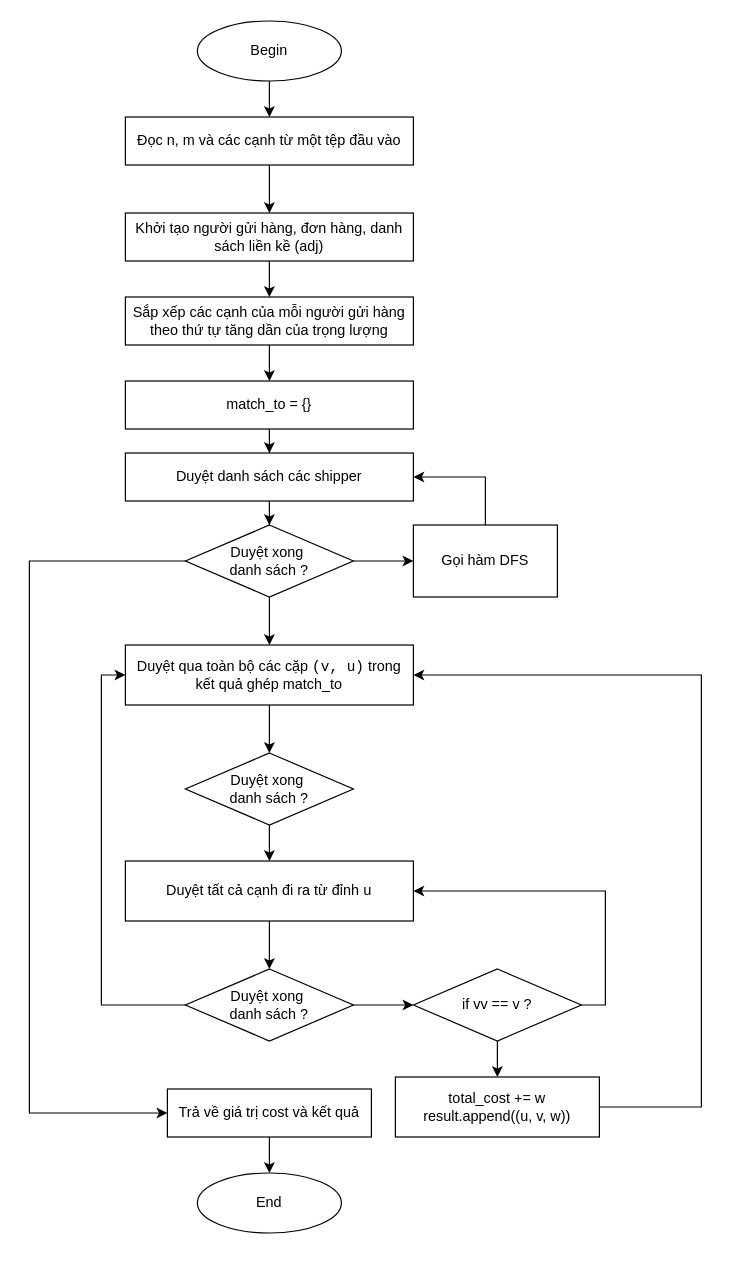
Above: page "Page-1" (1 of 2) of DFS.drawio in 106210049/OOP_excercise (draw.io), before the change. Source tidied: cells renumbered, new cells numbered last; positions are measured from the earlier drawing's top-left corner, leaving out a move shared by most shapes. Both pictures are drawn from the tidied source at 120%, with x=0, y=0 at pixel (29, 20).
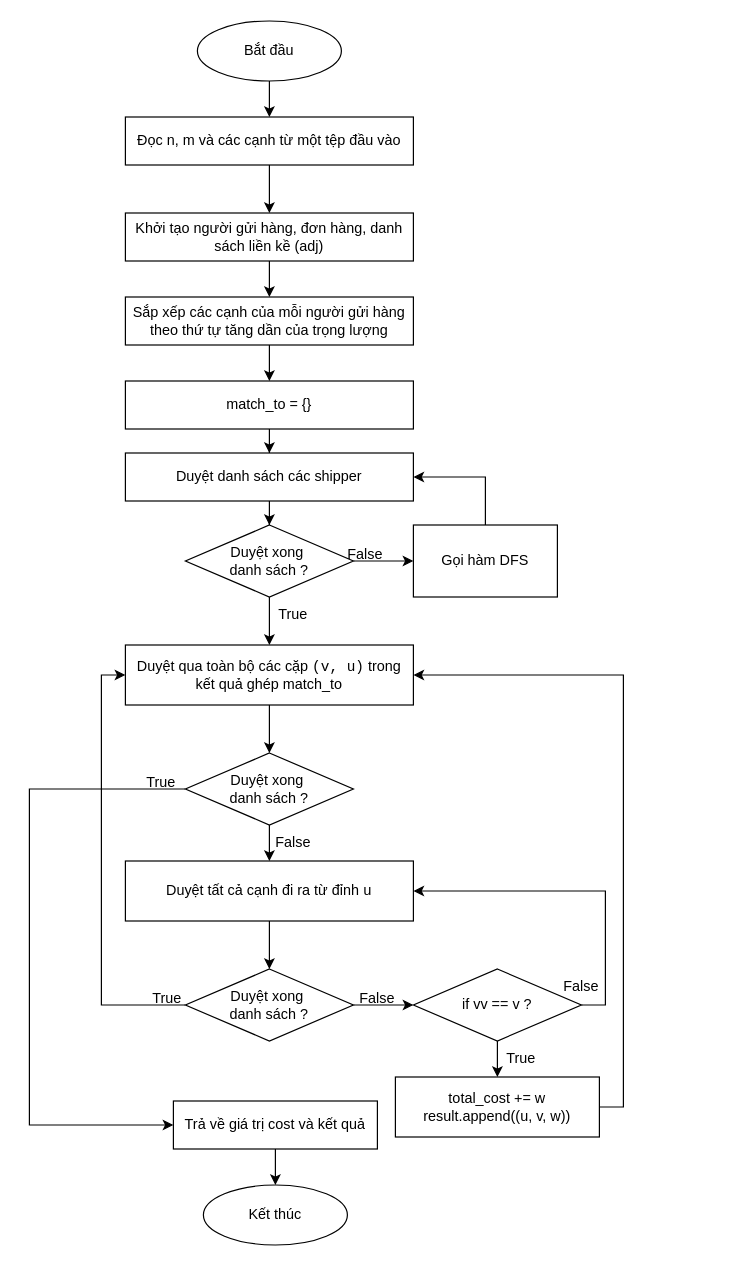
The same diagram, later.

The change refers to these unchanged cells:
```xml
<mxCell id="17" value="Duyệt xong&amp;nbsp;&lt;div&gt;danh sách ?&lt;/div&gt;" style="rhombus;whiteSpace=wrap;html=1;" parent="1" vertex="1">
  <mxGeometry x="130" y="420" width="140" height="60" as="geometry" />
</mxCell>
<mxCell id="21" value="Duyệt qua toàn bộ các cặp &lt;code&gt;(v, u)&lt;/code&gt; trong kết quả ghép match_to" style="rounded=0;whiteSpace=wrap;html=1;" parent="1" vertex="1">
  <mxGeometry x="80" y="520" width="240" height="50" as="geometry" />
</mxCell>
<mxCell id="23" value="Duyệt xong&amp;nbsp;&lt;div&gt;danh sách ?&lt;/div&gt;" style="rhombus;whiteSpace=wrap;html=1;" parent="1" vertex="1">
  <mxGeometry x="130" y="610" width="140" height="60" as="geometry" />
</mxCell>
<mxCell id="28" value="Duyệt xong&amp;nbsp;&lt;div&gt;danh sách ?&lt;/div&gt;" style="rhombus;whiteSpace=wrap;html=1;" parent="1" vertex="1">
  <mxGeometry x="130" y="790" width="140" height="60" as="geometry" />
</mxCell>
<mxCell id="33" value="total_cost += w&lt;div&gt;result.append((u, v, w))&lt;/div&gt;" style="rounded=0;whiteSpace=wrap;html=1;" parent="1" vertex="1">
  <mxGeometry x="305" y="880" width="170" height="50" as="geometry" />
</mxCell>
```

The edit, as a diff of the source:
```diff
@@
-    <mxCell id="3" value="Begin" style="ellipse;whiteSpace=wrap;html=1;" parent="1" vertex="1">
+    <mxCell id="3" value="Bắt đầu" style="ellipse;whiteSpace=wrap;html=1;" parent="1" vertex="1">
       <mxGeometry x="140" width="120" height="50" as="geometry" />
     </mxCell>
@@
-    <mxCell id="16" style="edgeStyle=orthogonalEdgeStyle;rounded=0;jettySize=auto;html=1;exitX=0;exitY=0.5;exitDx=0;exitDy=0;entryX=0;entryY=0.5;entryDx=0;entryDy=0;" parent="1" edge="1" source="17" target="35">
-      <mxGeometry relative="1" as="geometry">
-        <Array as="points">
-          <mxPoint y="450" />
-          <mxPoint y="910" />
-        </Array>
-      </mxGeometry>
-    </mxCell>
@@
+    <mxCell id="37" style="edgeStyle=orthogonalEdgeStyle;rounded=0;jettySize=auto;html=1;entryX=0;entryY=0.5;entryDx=0;entryDy=0;" parent="1" edge="1" source="23" target="35">
+      <mxGeometry relative="1" as="geometry">
+        <Array as="points">
+          <mxPoint y="640" />
+          <mxPoint y="920" />
+        </Array>
+      </mxGeometry>
+    </mxCell>
@@
-    <mxCell id="27" style="edgeStyle=orthogonalEdgeStyle;rounded=0;jettySize=auto;html=1;entryX=0;entryY=0.5;entryDx=0;entryDy=0;" parent="1" edge="1" source="28" target="21">
-      <mxGeometry relative="1" as="geometry">
-        <Array as="points">
-          <mxPoint x="60" y="820" />
-          <mxPoint x="60" y="545" />
-        </Array>
-      </mxGeometry>
+    <mxCell id="27" style="edgeStyle=orthogonalEdgeStyle;rounded=0;jettySize=auto;html=1;exitX=0;exitY=0.5;exitDx=0;exitDy=0;entryX=0;entryY=0.5;entryDx=0;entryDy=0;" parent="1" edge="1" source="28" target="21">
+      <mxGeometry relative="1" as="geometry" />
     </mxCell>
@@
-    <mxCell id="32" style="edgeStyle=orthogonalEdgeStyle;rounded=0;jettySize=auto;html=1;entryX=1;entryY=0.5;entryDx=0;entryDy=0;" parent="1" edge="1" source="33" target="21">
-      <mxGeometry relative="1" as="geometry">
-        <Array as="points">
-          <mxPoint x="560" y="905" />
-          <mxPoint x="560" y="545" />
-        </Array>
-      </mxGeometry>
+    <mxCell id="32" style="edgeStyle=orthogonalEdgeStyle;rounded=0;jettySize=auto;html=1;exitX=1;exitY=0.5;exitDx=0;exitDy=0;entryX=1;entryY=0.5;entryDx=0;entryDy=0;" parent="1" edge="1" source="33" target="21">
+      <mxGeometry relative="1" as="geometry" />
     </mxCell>
@@
     <mxCell id="35" value="Trả về giá trị cost và kết quả" style="rounded=0;whiteSpace=wrap;html=1;" parent="1" vertex="1">
-      <mxGeometry x="115" y="890" width="170" height="40" as="geometry" />
+      <mxGeometry x="120" y="900" width="170" height="40" as="geometry" />
     </mxCell>
-    <mxCell id="36" value="End" style="ellipse;whiteSpace=wrap;html=1;" parent="1" vertex="1">
-      <mxGeometry x="140" y="960" width="120" height="50" as="geometry" />
+    <mxCell id="36" value="Kết thúc" style="ellipse;whiteSpace=wrap;html=1;" parent="1" vertex="1">
+      <mxGeometry x="145" y="970" width="120" height="50" as="geometry" />
     </mxCell>
+    <mxCell id="38" value="True" style="text;strokeColor=none;align=center;fillColor=none;html=1;verticalAlign=middle;whiteSpace=wrap;rounded=0;" parent="1" vertex="1">
+      <mxGeometry x="190" y="480" width="60" height="30" as="geometry" />
+    </mxCell>
+    <mxCell id="39" value="False" style="text;strokeColor=none;align=center;fillColor=none;html=1;verticalAlign=middle;whiteSpace=wrap;rounded=0;" parent="1" vertex="1">
+      <mxGeometry x="250" y="430" width="60" height="30" as="geometry" />
+    </mxCell>
+    <mxCell id="40" value="True" style="text;strokeColor=none;align=center;fillColor=none;html=1;verticalAlign=middle;whiteSpace=wrap;rounded=0;" parent="1" vertex="1">
+      <mxGeometry x="80" y="620" width="60" height="30" as="geometry" />
+    </mxCell>
+    <mxCell id="41" value="False" style="text;strokeColor=none;align=center;fillColor=none;html=1;verticalAlign=middle;whiteSpace=wrap;rounded=0;" parent="1" vertex="1">
+      <mxGeometry x="190" y="670" width="60" height="30" as="geometry" />
+    </mxCell>
+    <mxCell id="42" value="True" style="text;strokeColor=none;align=center;fillColor=none;html=1;verticalAlign=middle;whiteSpace=wrap;rounded=0;" parent="1" vertex="1">
+      <mxGeometry x="85" y="800" width="60" height="30" as="geometry" />
+    </mxCell>
+    <mxCell id="43" value="False" style="text;strokeColor=none;align=center;fillColor=none;html=1;verticalAlign=middle;whiteSpace=wrap;rounded=0;" parent="1" vertex="1">
+      <mxGeometry x="260" y="800" width="60" height="30" as="geometry" />
+    </mxCell>
+    <mxCell id="44" value="False" style="text;strokeColor=none;align=center;fillColor=none;html=1;verticalAlign=middle;whiteSpace=wrap;rounded=0;" parent="1" vertex="1">
+      <mxGeometry x="430" y="790" width="60" height="30" as="geometry" />
+    </mxCell>
+    <mxCell id="45" value="True" style="text;strokeColor=none;align=center;fillColor=none;html=1;verticalAlign=middle;whiteSpace=wrap;rounded=0;" parent="1" vertex="1">
+      <mxGeometry x="380" y="850" width="60" height="30" as="geometry" />
+    </mxCell>
```
